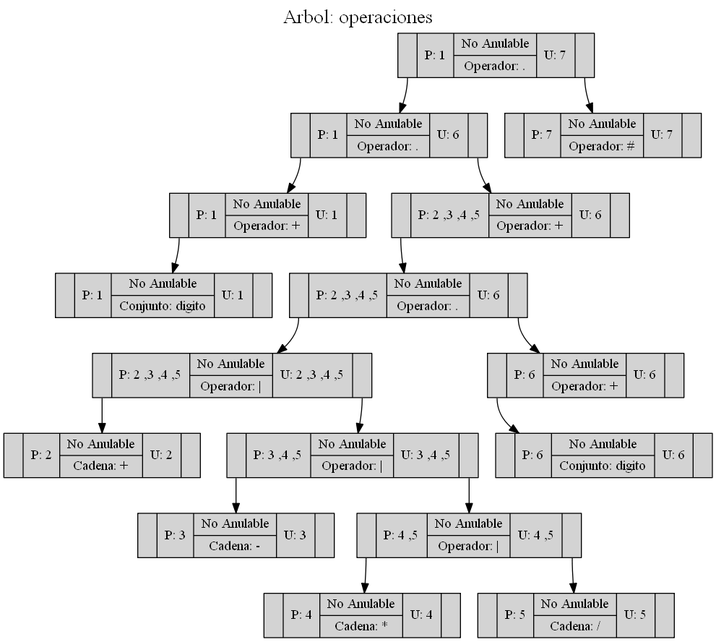
Earlier version of the Graphviz export OLC1_Practica1_201701133/Arbol3.png (SelvinLP/-OLC1-Practica1_201701133). Its source is kept beside it as OLC1_Practica1_201701133/Arbol3.dot.
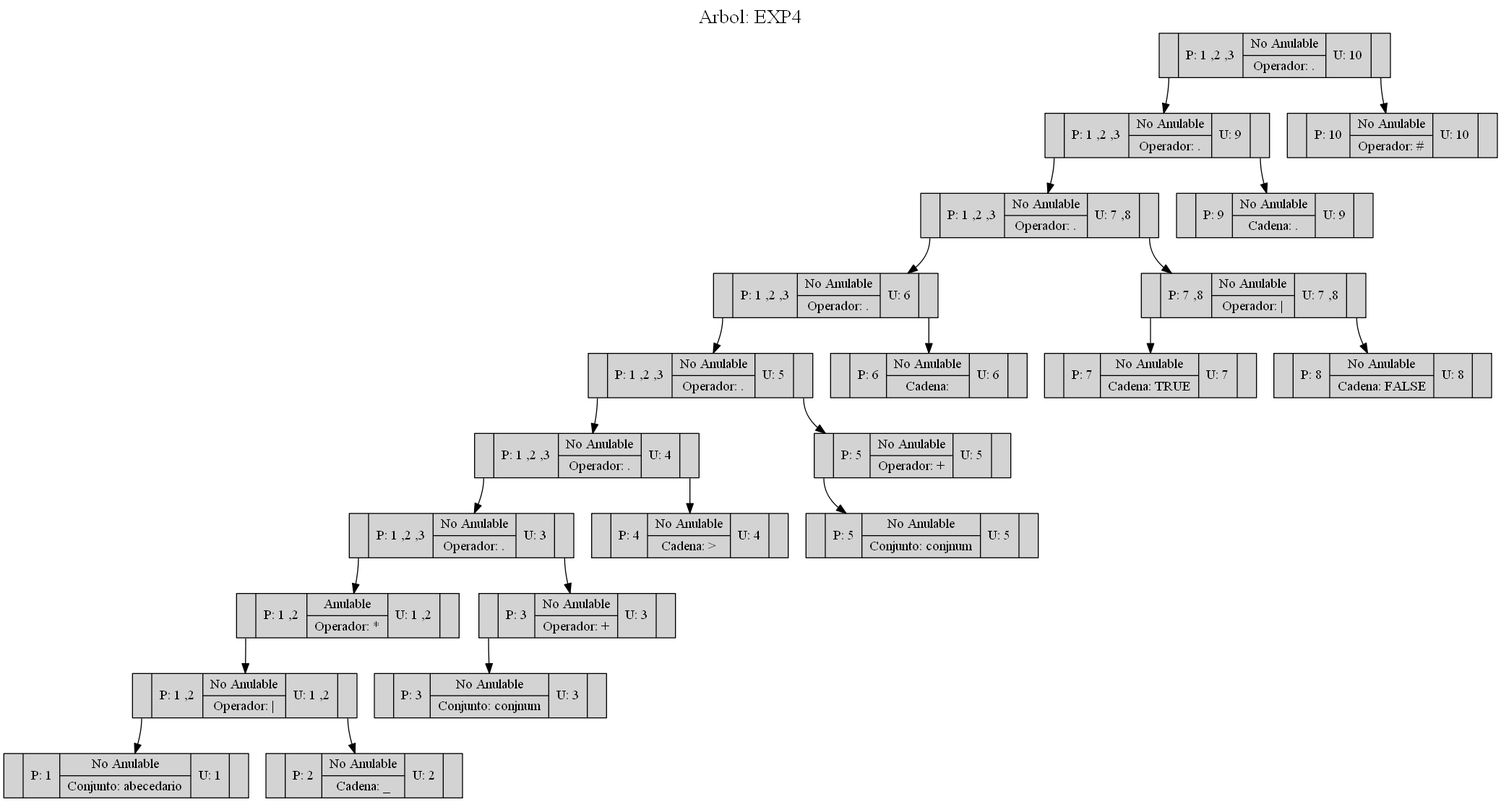
After the change.

What changed in the source:
```diff
@@ -1,36 +1,48 @@
 digraph ARBOL {
-graph [label="Arbol: operaciones", labelloc=t, fontsize=20]; rankdir=TB
+graph [label="Arbol: EXP4", labelloc=t, fontsize=20]; rankdir=TB
 node[shape=record,style=filled]
-"0"[label ="<C0>|P: 1|{<C1>No Anulable|Operador: \.}|U: 7|<C2>"];
-"2"[label ="<C0>|P: 1|{<C1>No Anulable|Operador: \.}|U: 6|<C2>"];
-"4"[label ="<C0>|P: 1|{<C1>No Anulable|Operador: \+}|U: 1|<C2>"];
-"5"[label ="<C0>|P: 1|{<C1>No Anulable|Conjunto: digito}|U: 1|<C2>"];
-"4":C0->"5";
-"2":C0->"4";
-"6"[label ="<C0>|P: 2 ,3 ,4 ,5|{<C1>No Anulable|Operador: \+}|U: 6|<C2>"];
-"7"[label ="<C0>|P: 2 ,3 ,4 ,5|{<C1>No Anulable|Operador: \.}|U: 6|<C2>"];
-"8"[label ="<C0>|P: 2 ,3 ,4 ,5|{<C1>No Anulable|Operador: \|}|U: 2 ,3 ,4 ,5|<C2>"];
-"9"[label ="<C0>|P: 2|{<C1>No Anulable|Cadena: \+}|U: 2|<C2>"];
+"0"[label ="<C0>|P: 1 ,2 ,3|{<C1>No Anulable|Operador: \.}|U: 10|<C2>"];
+"2"[label ="<C0>|P: 1 ,2 ,3|{<C1>No Anulable|Operador: \.}|U: 9|<C2>"];
+"4"[label ="<C0>|P: 1 ,2 ,3|{<C1>No Anulable|Operador: \.}|U: 7 ,8|<C2>"];
+"5"[label ="<C0>|P: 1 ,2 ,3|{<C1>No Anulable|Operador: \.}|U: 6|<C2>"];
+"6"[label ="<C0>|P: 1 ,2 ,3|{<C1>No Anulable|Operador: \.}|U: 5|<C2>"];
+"7"[label ="<C0>|P: 1 ,2 ,3|{<C1>No Anulable|Operador: \.}|U: 4|<C2>"];
+"8"[label ="<C0>|P: 1 ,2 ,3|{<C1>No Anulable|Operador: \.}|U: 3|<C2>"];
+"9"[label ="<C0>|P: 1 ,2|{<C1>Anulable|Operador: \*}|U: 1 ,2|<C2>"];
+"10"[label ="<C0>|P: 1 ,2|{<C1>No Anulable|Operador: \|}|U: 1 ,2|<C2>"];
+"11"[label ="<C0>|P: 1|{<C1>No Anulable|Conjunto: abecedario}|U: 1|<C2>"];
+"10":C0->"11";
+"12"[label ="<C0>|P: 2|{<C1>No Anulable|Cadena: \_}|U: 2|<C2>"];
+"10":C2->"12";
+"9":C0->"10";
 "8":C0->"9";
-"10"[label ="<C0>|P: 3 ,4 ,5|{<C1>No Anulable|Operador: \|}|U: 3 ,4 ,5|<C2>"];
-"11"[label ="<C0>|P: 3|{<C1>No Anulable|Cadena: \-}|U: 3|<C2>"];
-"10":C0->"11";
-"12"[label ="<C0>|P: 4 ,5|{<C1>No Anulable|Operador: \|}|U: 4 ,5|<C2>"];
-"13"[label ="<C0>|P: 4|{<C1>No Anulable|Cadena: \*}|U: 4|<C2>"];
-"12":C0->"13";
-"14"[label ="<C0>|P: 5|{<C1>No Anulable|Cadena: \/}|U: 5|<C2>"];
-"12":C2->"14";
-"10":C2->"12";
-"8":C2->"10";
+"13"[label ="<C0>|P: 3|{<C1>No Anulable|Operador: \+}|U: 3|<C2>"];
+"14"[label ="<C0>|P: 3|{<C1>No Anulable|Conjunto: conjnum}|U: 3|<C2>"];
+"13":C0->"14";
+"8":C2->"13";
 "7":C0->"8";
-"15"[label ="<C0>|P: 6|{<C1>No Anulable|Operador: \+}|U: 6|<C2>"];
-"16"[label ="<C0>|P: 6|{<C1>No Anulable|Conjunto: digito}|U: 6|<C2>"];
-"15":C0->"16";
+"15"[label ="<C0>|P: 4|{<C1>No Anulable|Cadena: \>}|U: 4|<C2>"];
 "7":C2->"15";
 "6":C0->"7";
-"2":C2->"6";
+"16"[label ="<C0>|P: 5|{<C1>No Anulable|Operador: \+}|U: 5|<C2>"];
+"17"[label ="<C0>|P: 5|{<C1>No Anulable|Conjunto: conjnum}|U: 5|<C2>"];
+"16":C0->"17";
+"6":C2->"16";
+"5":C0->"6";
+"18"[label ="<C0>|P: 6|{<C1>No Anulable|Cadena:  }|U: 6|<C2>"];
+"5":C2->"18";
+"4":C0->"5";
+"19"[label ="<C0>|P: 7 ,8|{<C1>No Anulable|Operador: \|}|U: 7 ,8|<C2>"];
+"20"[label ="<C0>|P: 7|{<C1>No Anulable|Cadena: TRUE}|U: 7|<C2>"];
+"19":C0->"20";
+"21"[label ="<C0>|P: 8|{<C1>No Anulable|Cadena: FALSE}|U: 8|<C2>"];
+"19":C2->"21";
+"4":C2->"19";
+"2":C0->"4";
+"22"[label ="<C0>|P: 9|{<C1>No Anulable|Cadena: \.}|U: 9|<C2>"];
+"2":C2->"22";
 "0":C0->"2";
-"1"[label ="<C0>|P: 7|{<C1>No Anulable|Operador: \#}|U: 7|<C2>"];
+"1"[label ="<C0>|P: 10|{<C1>No Anulable|Operador: \#}|U: 10|<C2>"];
 "0":C2->"1";
 
 }
```
